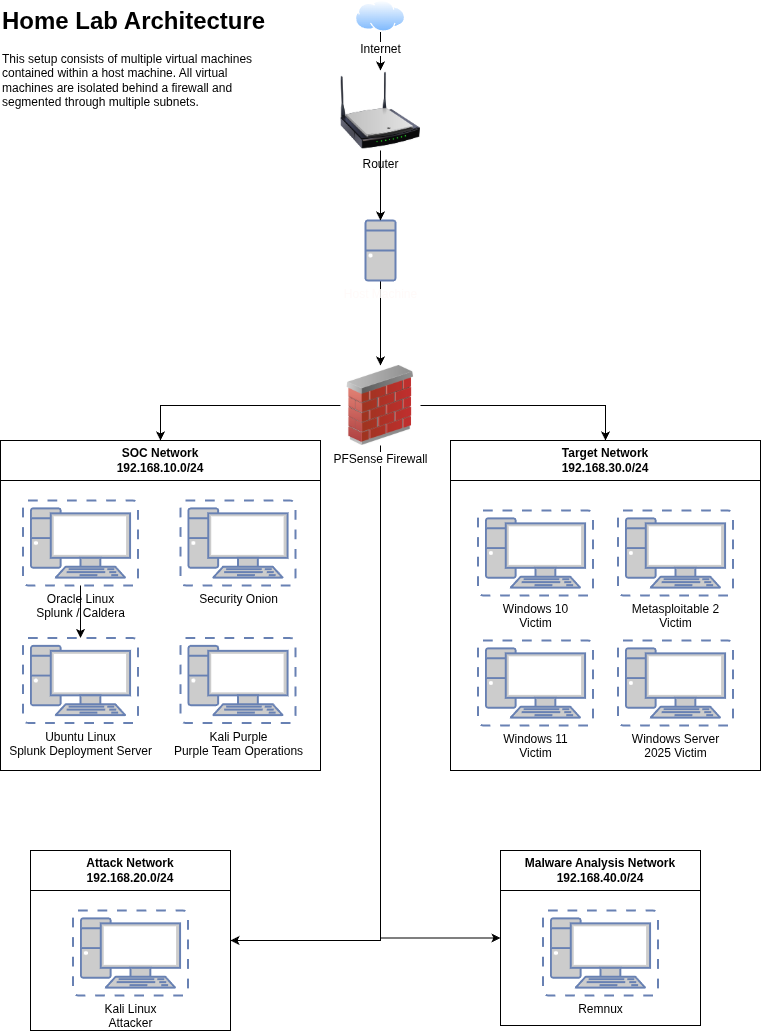
Coded-Alchemy/SOC-Home-Lab keeps this draw.io diagram as pfsense-firewall-lab/docs/Home_Lab_Network.drawio.png. Above is the earlier version. Source tidied: cells renumbered, new cells last; positions are measured from the earlier drawing's top-left corner, leaving out a move shared by most shapes. The source it was exported from:
```xml
<mxGraphModel>
  <root>
    <mxCell id="0" />
    <mxCell id="1" parent="0" />
    <mxCell id="2" style="edgeStyle=orthogonalEdgeStyle;rounded=0;jettySize=auto;html=1;" parent="1" edge="1" source="3" target="4">
      <mxGeometry relative="1" as="geometry" />
    </mxCell>
    <mxCell id="3" value="Internet" style="image;perimeter=ellipsePerimeter;html=1;align=center;shadow=0;dashed=0;spacingTop=3;image=img/lib/active_directory/internet_cloud.svg;" parent="1" vertex="1">
      <mxGeometry x="355" width="50" height="31.5" as="geometry" />
    </mxCell>
    <mxCell id="4" value="Router" style="image;html=1;image=img/lib/clip_art/networking/Wireless_Router_N_128x128.png;" parent="1" vertex="1">
      <mxGeometry x="340" y="70" width="80" height="80" as="geometry" />
    </mxCell>
    <mxCell id="5" style="edgeStyle=orthogonalEdgeStyle;rounded=0;jettySize=auto;html=1;entryX=0.5;entryY=0;entryDx=0;entryDy=0;" parent="1" edge="1" source="9" target="13">
      <mxGeometry relative="1" as="geometry" />
    </mxCell>
    <mxCell id="6" style="edgeStyle=orthogonalEdgeStyle;rounded=0;jettySize=auto;html=1;entryX=0.5;entryY=0;entryDx=0;entryDy=0;" parent="1" edge="1" source="9" target="19">
      <mxGeometry relative="1" as="geometry" />
    </mxCell>
    <mxCell id="7" style="edgeStyle=orthogonalEdgeStyle;rounded=0;jettySize=auto;html=1;entryX=1;entryY=0.5;entryDx=0;entryDy=0;" parent="1" edge="1" source="9" target="24">
      <mxGeometry relative="1" as="geometry">
        <Array as="points">
          <mxPoint x="380" y="940" />
        </Array>
      </mxGeometry>
    </mxCell>
    <mxCell id="8" style="edgeStyle=orthogonalEdgeStyle;rounded=0;jettySize=auto;html=1;entryX=0;entryY=0.5;entryDx=0;entryDy=0;" parent="1" edge="1" source="9" target="26">
      <mxGeometry relative="1" as="geometry">
        <Array as="points">
          <mxPoint x="380" y="938" />
        </Array>
      </mxGeometry>
    </mxCell>
    <mxCell id="9" value="PFSense Firewall" style="image;html=1;image=img/lib/clip_art/networking/Firewall_02_128x128.png;" parent="1" vertex="1">
      <mxGeometry x="340" y="365" width="80" height="80" as="geometry" />
    </mxCell>
    <mxCell id="10" value="&lt;h1 style=&quot;margin-top: 0px;&quot;&gt;Home Lab Architecture&lt;/h1&gt;&lt;div&gt;This setup consists of multiple virtual machines contained within a host machine. All virtual machines are isolated behind a firewall and segmented through multiple subnets.&lt;/div&gt;" style="text;html=1;whiteSpace=wrap;overflow=hidden;rounded=0;" parent="1" vertex="1">
      <mxGeometry width="280" height="240" as="geometry" />
    </mxCell>
    <mxCell id="11" style="edgeStyle=orthogonalEdgeStyle;rounded=0;jettySize=auto;html=1;entryX=0.5;entryY=0;entryDx=0;entryDy=0;" parent="1" edge="1" source="12" target="9">
      <mxGeometry relative="1" as="geometry" />
    </mxCell>
    <mxCell id="12" value="&lt;font style=&quot;color: rgb(255, 250, 249);&quot;&gt;Host Machine&lt;/font&gt;" style="fontColor=#0066CC;verticalAlign=top;verticalLabelPosition=bottom;labelPosition=center;align=center;html=1;outlineConnect=0;fillColor=#CCCCCC;strokeColor=#6881B3;gradientColor=none;gradientDirection=north;strokeWidth=2;shape=mxgraph.networks.desktop_pc;" parent="1" vertex="1">
      <mxGeometry x="365" y="220" width="30" height="60" as="geometry" />
    </mxCell>
    <mxCell id="13" value="SOC Network&lt;div&gt;192.168.10.0/24&lt;/div&gt;" style="swimlane;whiteSpace=wrap;html=1;startSize=40;" parent="1" vertex="1">
      <mxGeometry y="440" width="320" height="330" as="geometry" />
    </mxCell>
    <mxCell id="14" style="edgeStyle=orthogonalEdgeStyle;rounded=0;jettySize=auto;html=1;" parent="13" edge="1" source="15" target="17">
      <mxGeometry relative="1" as="geometry" />
    </mxCell>
    <mxCell id="15" value="&lt;font color=&quot;#000000&quot; style=&quot;&quot;&gt;Oracle Linux&lt;/font&gt;&lt;div&gt;&lt;font color=&quot;#000000&quot; style=&quot;&quot;&gt;Splunk / Caldera&lt;/font&gt;&lt;/div&gt;" style="fontColor=#0066CC;verticalAlign=top;verticalLabelPosition=bottom;labelPosition=center;align=center;html=1;outlineConnect=0;fillColor=#CCCCCC;strokeColor=#6881B3;gradientColor=none;gradientDirection=north;strokeWidth=2;shape=mxgraph.networks.virtual_pc;" parent="13" vertex="1">
      <mxGeometry x="22.5" y="60" width="115" height="85" as="geometry" />
    </mxCell>
    <mxCell id="16" value="&lt;font color=&quot;#000000&quot; style=&quot;&quot;&gt;Security Onion&lt;/font&gt;" style="fontColor=#0066CC;verticalAlign=top;verticalLabelPosition=bottom;labelPosition=center;align=center;html=1;fillColor=#CCCCCC;strokeColor=#6881B3;gradientColor=none;gradientDirection=north;strokeWidth=2;shape=mxgraph.networks.virtual_pc;" parent="13" vertex="1">
      <mxGeometry x="180" y="60" width="115" height="85" as="geometry" />
    </mxCell>
    <mxCell id="17" value="&lt;font color=&quot;#000000&quot; style=&quot;&quot;&gt;Ubuntu Linux&lt;/font&gt;&lt;div&gt;&lt;font color=&quot;#000000&quot; style=&quot;&quot;&gt;Splunk Deployment Server&lt;/font&gt;&lt;/div&gt;" style="fontColor=#0066CC;verticalAlign=top;verticalLabelPosition=bottom;labelPosition=center;align=center;html=1;outlineConnect=0;fillColor=#CCCCCC;strokeColor=#6881B3;gradientColor=none;gradientDirection=north;strokeWidth=2;shape=mxgraph.networks.virtual_pc;" parent="13" vertex="1">
      <mxGeometry x="22.5" y="197.5" width="115" height="85" as="geometry" />
    </mxCell>
    <mxCell id="18" value="&lt;font color=&quot;#000000&quot;&gt;Kali Purple&lt;/font&gt;&lt;div&gt;&lt;font color=&quot;#000000&quot;&gt;Purple Team Operations&lt;/font&gt;&lt;/div&gt;" style="fontColor=#0066CC;verticalAlign=top;verticalLabelPosition=bottom;labelPosition=center;align=center;html=1;fillColor=#CCCCCC;strokeColor=#6881B3;gradientColor=none;gradientDirection=north;strokeWidth=2;shape=mxgraph.networks.virtual_pc;" parent="13" vertex="1">
      <mxGeometry x="180" y="197.5" width="115" height="85" as="geometry" />
    </mxCell>
    <mxCell id="19" value="Target Network&lt;div&gt;192.168.30.0/24&lt;/div&gt;" style="swimlane;whiteSpace=wrap;html=1;startSize=40;" parent="1" vertex="1">
      <mxGeometry x="450" y="440" width="310" height="330" as="geometry" />
    </mxCell>
    <mxCell id="20" value="&lt;font color=&quot;#000000&quot; style=&quot;&quot;&gt;Windows 10&lt;/font&gt;&lt;div&gt;&lt;font color=&quot;#000000&quot; style=&quot;&quot;&gt;Victim&lt;/font&gt;&lt;/div&gt;" style="fontColor=#0066CC;verticalAlign=top;verticalLabelPosition=bottom;labelPosition=center;align=center;html=1;fillColor=#CCCCCC;strokeColor=#6881B3;gradientColor=none;gradientDirection=north;strokeWidth=2;shape=mxgraph.networks.virtual_pc;" parent="19" vertex="1">
      <mxGeometry x="27.5" y="70" width="115" height="85" as="geometry" />
    </mxCell>
    <mxCell id="21" value="&lt;font color=&quot;#000000&quot; style=&quot;&quot;&gt;Metasploitable 2&lt;/font&gt;&lt;div&gt;&lt;font color=&quot;#000000&quot; style=&quot;&quot;&gt;Victim&lt;/font&gt;&lt;/div&gt;" style="fontColor=#0066CC;verticalAlign=top;verticalLabelPosition=bottom;labelPosition=center;align=center;html=1;fillColor=#CCCCCC;strokeColor=#6881B3;gradientColor=none;gradientDirection=north;strokeWidth=2;shape=mxgraph.networks.virtual_pc;" parent="19" vertex="1">
      <mxGeometry x="167.5" y="70" width="115" height="85" as="geometry" />
    </mxCell>
    <mxCell id="22" value="&lt;font color=&quot;#000000&quot; style=&quot;&quot;&gt;Windows 11&lt;/font&gt;&lt;div&gt;&lt;font color=&quot;#000000&quot; style=&quot;&quot;&gt;Victim&lt;/font&gt;&lt;/div&gt;" style="fontColor=#0066CC;verticalAlign=top;verticalLabelPosition=bottom;labelPosition=center;align=center;html=1;fillColor=#CCCCCC;strokeColor=#6881B3;gradientColor=none;gradientDirection=north;strokeWidth=2;shape=mxgraph.networks.virtual_pc;" parent="19" vertex="1">
      <mxGeometry x="27.5" y="200" width="115" height="85" as="geometry" />
    </mxCell>
    <mxCell id="23" value="&lt;font color=&quot;#000000&quot; style=&quot;&quot;&gt;Windows Server&lt;/font&gt;&lt;div&gt;&lt;/div&gt;&lt;div&gt;&lt;font color=&quot;#000000&quot; style=&quot;&quot;&gt;2025 Victim&lt;/font&gt;&lt;/div&gt;" style="fontColor=#0066CC;verticalAlign=top;verticalLabelPosition=bottom;labelPosition=center;align=center;html=1;fillColor=#CCCCCC;strokeColor=#6881B3;gradientColor=none;gradientDirection=north;strokeWidth=2;shape=mxgraph.networks.virtual_pc;" parent="19" vertex="1">
      <mxGeometry x="167.5" y="200" width="115" height="85" as="geometry" />
    </mxCell>
    <mxCell id="24" value="Attack Network&lt;div&gt;192.168.20.0/24&lt;/div&gt;" style="swimlane;whiteSpace=wrap;html=1;startSize=40;" parent="1" vertex="1">
      <mxGeometry x="30" y="850" width="200" height="180" as="geometry" />
    </mxCell>
    <mxCell id="25" value="&lt;font color=&quot;#000000&quot; style=&quot;&quot;&gt;Kali Linux&lt;/font&gt;&lt;div&gt;&lt;font color=&quot;#000000&quot; style=&quot;&quot;&gt;Attacker&lt;/font&gt;&lt;/div&gt;" style="fontColor=#0066CC;verticalAlign=top;verticalLabelPosition=bottom;labelPosition=center;align=center;html=1;fillColor=#CCCCCC;strokeColor=#6881B3;gradientColor=none;gradientDirection=north;strokeWidth=2;shape=mxgraph.networks.virtual_pc;" parent="24" vertex="1">
      <mxGeometry x="42.5" y="60" width="115" height="85" as="geometry" />
    </mxCell>
    <mxCell id="26" value="Malware Analysis Network&lt;div&gt;192.168.40.0/24&lt;/div&gt;" style="swimlane;whiteSpace=wrap;html=1;startSize=40;" parent="1" vertex="1">
      <mxGeometry x="500" y="850" width="200" height="175" as="geometry" />
    </mxCell>
    <mxCell id="27" value="&lt;font color=&quot;#000000&quot; style=&quot;&quot;&gt;Remnux&lt;/font&gt;" style="fontColor=#0066CC;verticalAlign=top;verticalLabelPosition=bottom;labelPosition=center;align=center;html=1;fillColor=#CCCCCC;strokeColor=#6881B3;gradientColor=none;gradientDirection=north;strokeWidth=2;shape=mxgraph.networks.virtual_pc;" parent="26" vertex="1">
      <mxGeometry x="42.5" y="60" width="115" height="85" as="geometry" />
    </mxCell>
    <mxCell id="28" style="edgeStyle=orthogonalEdgeStyle;rounded=0;jettySize=auto;html=1;entryX=0.5;entryY=0;entryDx=0;entryDy=0;entryPerimeter=0;" parent="1" edge="1" source="4" target="12">
      <mxGeometry relative="1" as="geometry" />
    </mxCell>
  </root>
</mxGraphModel>
```
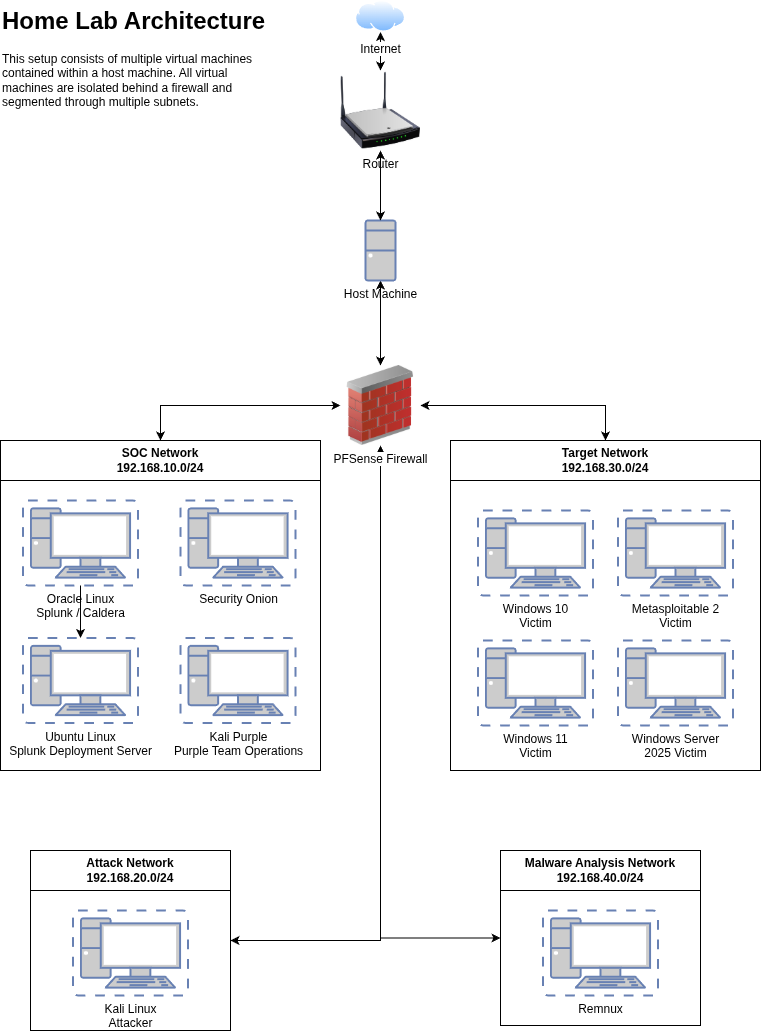
After the change.

The edit, as a diff of the source:
```diff
@@ -2,7 +2,7 @@
   <root>
     <mxCell id="0" />
     <mxCell id="1" parent="0" />
-    <mxCell id="2" style="edgeStyle=orthogonalEdgeStyle;rounded=0;jettySize=auto;html=1;" parent="1" edge="1" source="3" target="4">
+    <mxCell id="2" style="edgeStyle=orthogonalEdgeStyle;rounded=0;jettySize=auto;html=1;startArrow=classic;startFill=1;" parent="1" edge="1" source="3" target="4">
       <mxGeometry relative="1" as="geometry" />
     </mxCell>
     <mxCell id="3" value="Internet" style="image;perimeter=ellipsePerimeter;html=1;align=center;shadow=0;dashed=0;spacingTop=3;image=img/lib/active_directory/internet_cloud.svg;" parent="1" vertex="1">
@@ -11,20 +11,20 @@
     <mxCell id="4" value="Router" style="image;html=1;image=img/lib/clip_art/networking/Wireless_Router_N_128x128.png;" parent="1" vertex="1">
       <mxGeometry x="340" y="70" width="80" height="80" as="geometry" />
     </mxCell>
-    <mxCell id="5" style="edgeStyle=orthogonalEdgeStyle;rounded=0;jettySize=auto;html=1;entryX=0.5;entryY=0;entryDx=0;entryDy=0;" parent="1" edge="1" source="9" target="13">
+    <mxCell id="5" style="edgeStyle=orthogonalEdgeStyle;rounded=0;jettySize=auto;html=1;entryX=0.5;entryY=0;entryDx=0;entryDy=0;startArrow=classic;startFill=1;" parent="1" edge="1" source="9" target="13">
       <mxGeometry relative="1" as="geometry" />
     </mxCell>
-    <mxCell id="6" style="edgeStyle=orthogonalEdgeStyle;rounded=0;jettySize=auto;html=1;entryX=0.5;entryY=0;entryDx=0;entryDy=0;" parent="1" edge="1" source="9" target="19">
+    <mxCell id="6" style="edgeStyle=orthogonalEdgeStyle;rounded=0;jettySize=auto;html=1;entryX=0.5;entryY=0;entryDx=0;entryDy=0;startArrow=classic;startFill=1;" parent="1" edge="1" source="9" target="19">
       <mxGeometry relative="1" as="geometry" />
     </mxCell>
-    <mxCell id="7" style="edgeStyle=orthogonalEdgeStyle;rounded=0;jettySize=auto;html=1;entryX=1;entryY=0.5;entryDx=0;entryDy=0;" parent="1" edge="1" source="9" target="24">
+    <mxCell id="7" style="edgeStyle=orthogonalEdgeStyle;rounded=0;jettySize=auto;html=1;entryX=1;entryY=0.5;entryDx=0;entryDy=0;startArrow=classic;startFill=1;" parent="1" edge="1" source="9" target="24">
       <mxGeometry relative="1" as="geometry">
         <Array as="points">
           <mxPoint x="380" y="940" />
         </Array>
       </mxGeometry>
     </mxCell>
-    <mxCell id="8" style="edgeStyle=orthogonalEdgeStyle;rounded=0;jettySize=auto;html=1;entryX=0;entryY=0.5;entryDx=0;entryDy=0;" parent="1" edge="1" source="9" target="26">
+    <mxCell id="8" style="edgeStyle=orthogonalEdgeStyle;rounded=0;jettySize=auto;html=1;entryX=0;entryY=0.5;entryDx=0;entryDy=0;startArrow=classic;startFill=1;" parent="1" edge="1" source="9" target="26">
       <mxGeometry relative="1" as="geometry">
         <Array as="points">
           <mxPoint x="380" y="938" />
@@ -37,10 +37,10 @@
     <mxCell id="10" value="&lt;h1 style=&quot;margin-top: 0px;&quot;&gt;Home Lab Architecture&lt;/h1&gt;&lt;div&gt;This setup consists of multiple virtual machines contained within a host machine. All virtual machines are isolated behind a firewall and segmented through multiple subnets.&lt;/div&gt;" style="text;html=1;whiteSpace=wrap;overflow=hidden;rounded=0;" parent="1" vertex="1">
       <mxGeometry width="280" height="240" as="geometry" />
     </mxCell>
-    <mxCell id="11" style="edgeStyle=orthogonalEdgeStyle;rounded=0;jettySize=auto;html=1;entryX=0.5;entryY=0;entryDx=0;entryDy=0;" parent="1" edge="1" source="12" target="9">
+    <mxCell id="11" style="edgeStyle=orthogonalEdgeStyle;rounded=0;jettySize=auto;html=1;entryX=0.5;entryY=0;entryDx=0;entryDy=0;startArrow=classic;startFill=1;" parent="1" edge="1" source="12" target="9">
       <mxGeometry relative="1" as="geometry" />
     </mxCell>
-    <mxCell id="12" value="&lt;font style=&quot;color: rgb(255, 250, 249);&quot;&gt;Host Machine&lt;/font&gt;" style="fontColor=#0066CC;verticalAlign=top;verticalLabelPosition=bottom;labelPosition=center;align=center;html=1;outlineConnect=0;fillColor=#CCCCCC;strokeColor=#6881B3;gradientColor=none;gradientDirection=north;strokeWidth=2;shape=mxgraph.networks.desktop_pc;" parent="1" vertex="1">
+    <mxCell id="12" value="&lt;font color=&quot;#000000&quot; style=&quot;&quot;&gt;Host Machine&lt;/font&gt;" style="fontColor=#0066CC;verticalAlign=top;verticalLabelPosition=bottom;labelPosition=center;align=center;html=1;outlineConnect=0;fillColor=#CCCCCC;strokeColor=#6881B3;gradientColor=none;gradientDirection=north;strokeWidth=2;shape=mxgraph.networks.desktop_pc;" parent="1" vertex="1">
       <mxGeometry x="365" y="220" width="30" height="60" as="geometry" />
     </mxCell>
     <mxCell id="13" value="SOC Network&lt;div&gt;192.168.10.0/24&lt;/div&gt;" style="swimlane;whiteSpace=wrap;html=1;startSize=40;" parent="1" vertex="1">
@@ -88,7 +88,7 @@
     <mxCell id="27" value="&lt;font color=&quot;#000000&quot; style=&quot;&quot;&gt;Remnux&lt;/font&gt;" style="fontColor=#0066CC;verticalAlign=top;verticalLabelPosition=bottom;labelPosition=center;align=center;html=1;fillColor=#CCCCCC;strokeColor=#6881B3;gradientColor=none;gradientDirection=north;strokeWidth=2;shape=mxgraph.networks.virtual_pc;" parent="26" vertex="1">
       <mxGeometry x="42.5" y="60" width="115" height="85" as="geometry" />
     </mxCell>
-    <mxCell id="28" style="edgeStyle=orthogonalEdgeStyle;rounded=0;jettySize=auto;html=1;entryX=0.5;entryY=0;entryDx=0;entryDy=0;entryPerimeter=0;" parent="1" edge="1" source="4" target="12">
+    <mxCell id="28" style="edgeStyle=orthogonalEdgeStyle;rounded=0;jettySize=auto;html=1;entryX=0.5;entryY=0;entryDx=0;entryDy=0;entryPerimeter=0;startArrow=classic;startFill=1;" parent="1" edge="1" source="4" target="12">
       <mxGeometry relative="1" as="geometry" />
     </mxCell>
   </root>
```
